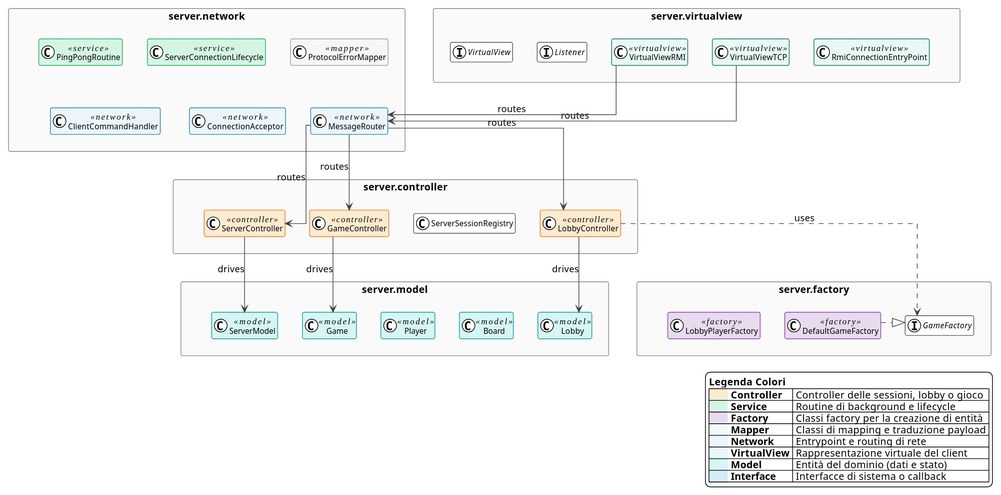
Zorli/MesosProject keeps this PlantUML diagram as deliverables/uml/svg/server-alto-livello.svg. Above is the earlier version.
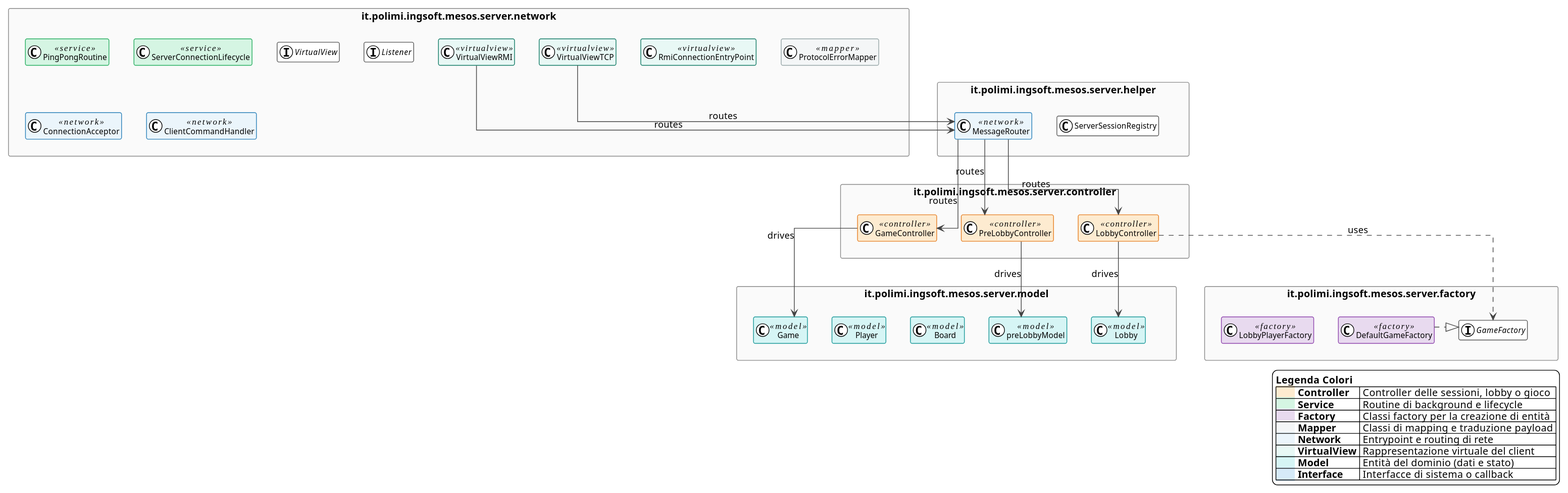
After the commit.

What changed in the source:
```diff
@@ -51,57 +51,56 @@
 
 hide members
 
-package "server.network" as pkg_net {
+package "it.polimi.ingsoft.mesos.server.network" as pkg_net {
   class ConnectionAcceptor <<network>>
-  class MessageRouter <<network>>
   class ClientCommandHandler <<network>>
   class ProtocolErrorMapper <<mapper>>
   class PingPongRoutine <<service>>
   class ServerConnectionLifecycle <<service>>
-
-  ConnectionAcceptor -[hidden]right-> MessageRouter
-  MessageRouter -[hidden]right-> ClientCommandHandler
-  PingPongRoutine -[hidden]right-> ServerConnectionLifecycle
-  PingPongRoutine -[hidden]down-> ClientCommandHandler
-}
-
-package "server.virtualview" as pkg_view {
   interface VirtualView
   interface Listener
   class VirtualViewTCP <<virtualview>>
   class VirtualViewRMI <<virtualview>>
   class RmiConnectionEntryPoint <<virtualview>>
 
+  ConnectionAcceptor -[hidden]right-> ClientCommandHandler
+  PingPongRoutine -[hidden]right-> ServerConnectionLifecycle
+  PingPongRoutine -[hidden]down-> ClientCommandHandler
   VirtualView -[hidden]right-> Listener
   VirtualViewTCP -[hidden]right-> RmiConnectionEntryPoint
   VirtualViewRMI -[hidden]right-> VirtualViewTCP
 }
 
-package "server.controller" as pkg_ctrl {
-  class ServerController <<controller>>
+package "it.polimi.ingsoft.mesos.server.helper" as pkg_helper {
+  class MessageRouter <<network>>
+  class ServerSessionRegistry
+
+  MessageRouter -[hidden]right-> ServerSessionRegistry
+}
+
+package "it.polimi.ingsoft.mesos.server.controller" as pkg_ctrl {
+  class PreLobbyController <<controller>>
   class LobbyController <<controller>>
   class GameController <<controller>>
-  class ServerSessionRegistry
 
-  ServerController -[hidden]right-> LobbyController
+  PreLobbyController -[hidden]right-> LobbyController
   LobbyController -[hidden]right-> GameController
-  GameController -[hidden]right-> ServerSessionRegistry
 }
 
-package "server.model" as pkg_mdl {
-  class ServerModel <<model>>
+package "it.polimi.ingsoft.mesos.server.model" as pkg_mdl {
+  class preLobbyModel <<model>>
   class Lobby <<model>>
   class Game <<model>>
   class Player <<model>>
   class Board <<model>>
 
-  ServerModel -[hidden]right-> Lobby
+  preLobbyModel -[hidden]right-> Lobby
   Lobby -[hidden]right-> Game
   Game -[hidden]right-> Player
   Player -[hidden]right-> Board
 }
 
-package "server.factory" as pkg_factory {
+package "it.polimi.ingsoft.mesos.server.factory" as pkg_factory {
   interface GameFactory
   class DefaultGameFactory <<factory>>
   class LobbyPlayerFactory <<factory>>
@@ -110,19 +109,19 @@
   DefaultGameFactory -[hidden]right-> GameFactory
 }
 
-pkg_net    -[hidden]right-> pkg_view
+pkg_net    -[hidden]right-> pkg_helper
 pkg_net    -[hidden]down->  pkg_ctrl
-pkg_view   -[hidden]down->  pkg_ctrl
+pkg_helper -[hidden]down->  pkg_ctrl
 pkg_ctrl   -[hidden]down->  pkg_mdl
 pkg_mdl    -[hidden]right-> pkg_factory
 
 VirtualViewTCP     --> MessageRouter       : routes
 VirtualViewRMI     --> MessageRouter       : routes
-MessageRouter      --> ServerController    : routes
+MessageRouter      --> PreLobbyController  : routes
 MessageRouter      --> LobbyController     : routes
 MessageRouter      --> GameController      : routes
 
-ServerController   --> ServerModel         : drives
+PreLobbyController --> preLobbyModel       : drives
 LobbyController    --> Lobby               : drives
 GameController     --> Game                : drives
 
```
